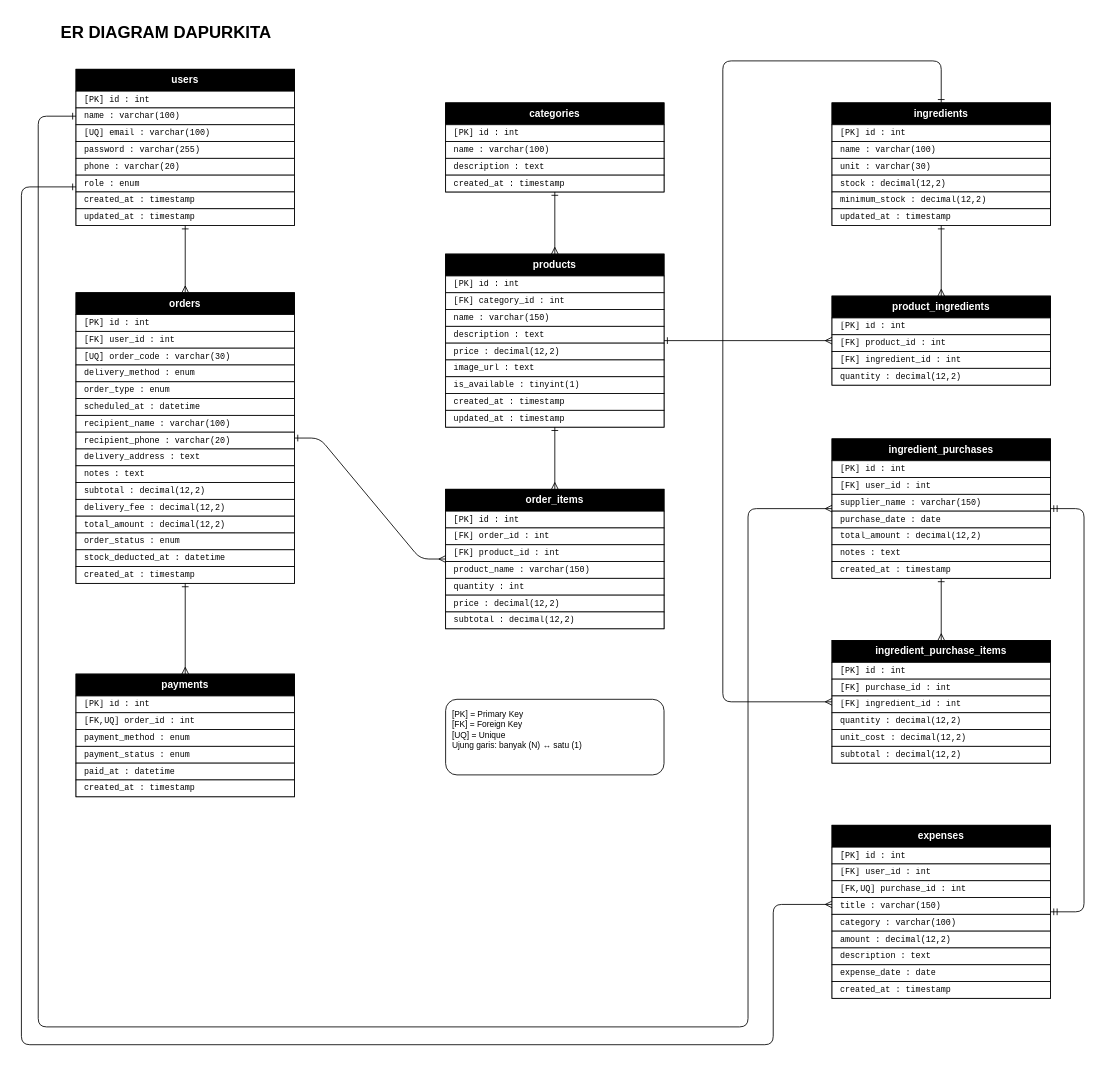
Before: Backend/erd/ERD_DapurKita.drawio in mieayamkeccap/dapurkita, a draw.io diagram. Source tidied: cells renumbered, new cells numbered last; positions are measured from the earlier drawing's top-left corner, leaving out a move shared by most shapes. Both pictures are drawn from the tidied source at 84%, with x=0, y=0 at pixel (21, 14).
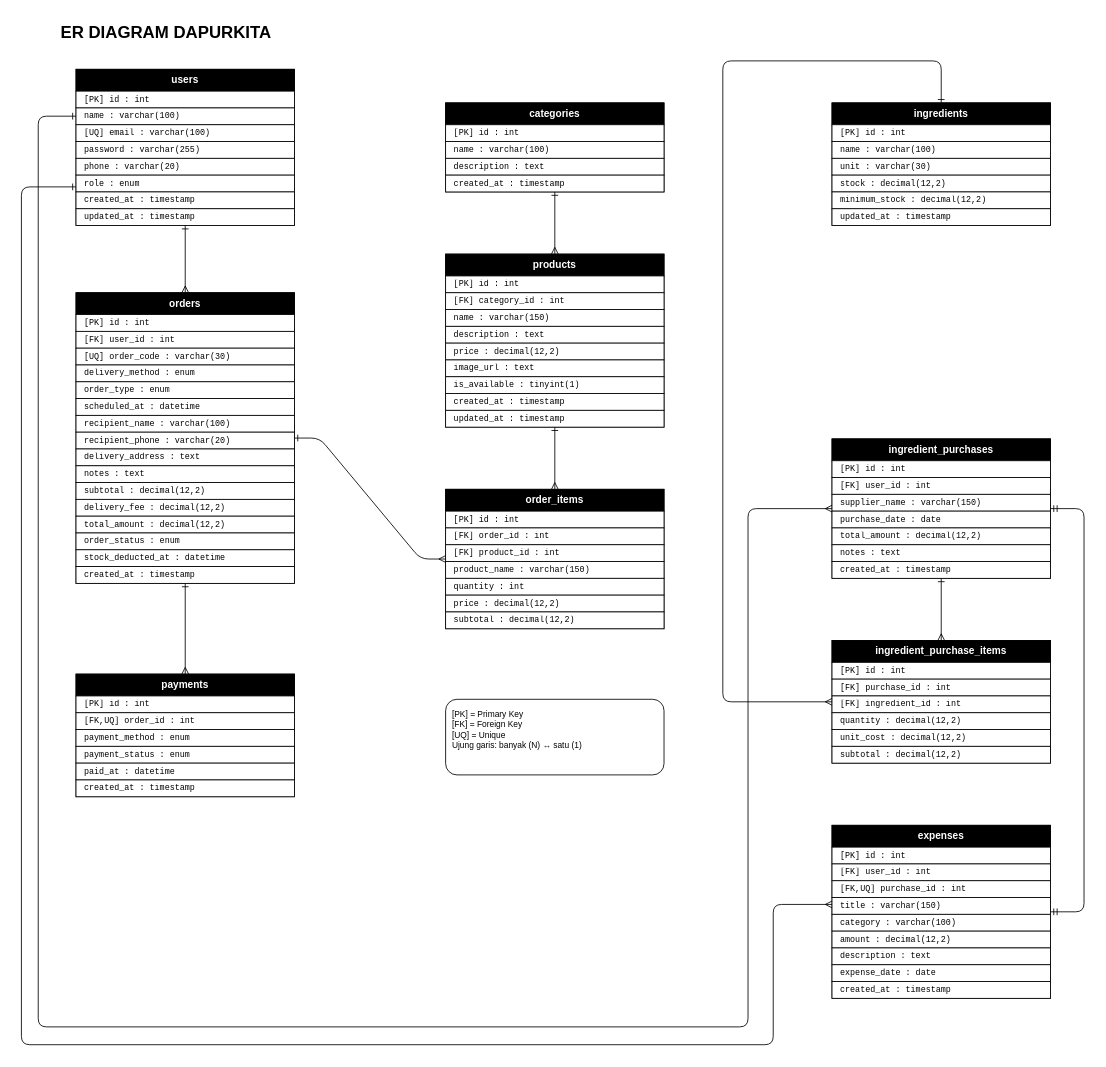
The same page after the edit.

Commit message (it also covers changes not shown here):
refactor: hapus fitur resep product_ingredients, database jadi 10 tabel

The change refers to these unchanged cells:
```xml
<mxCell id="19" style="group;fillColor=#FFFFFF;strokeColor=#000000;" parent="1" vertex="1">
  <mxGeometry x="505" y="285" width="260" height="206" as="geometry" />
</mxCell>
<mxCell id="65" style="group;fillColor=#FFFFFF;strokeColor=#000000;" parent="1" vertex="1">
  <mxGeometry x="965" y="105" width="260" height="146" as="geometry" />
</mxCell>
```

What changed in the source:
```diff
@@
-    <mxCell id="73" style="group;fillColor=#FFFFFF;strokeColor=#000000;" parent="1" vertex="1">
-      <mxGeometry x="965" y="335" width="260" height="106" as="geometry" />
-    </mxCell>
-    <mxCell id="74" value="product_ingredients" style="rounded=0;whiteSpace=wrap;html=1;fillColor=#000000;strokeColor=#000000;fontColor=#FFFFFF;fontSize=12;fontStyle=1;fontFamily=Helvetica;align=center;verticalAlign=middle;" parent="73" vertex="1">
-      <mxGeometry width="260" height="26" as="geometry" />
-    </mxCell>
-    <mxCell id="75" value="[PK]  id : int" style="rounded=0;whiteSpace=wrap;html=1;fillColor=#FFFFFF;strokeColor=#000000;fontColor=#000000;fontSize=10;fontFamily=Courier New;align=left;verticalAlign=middle;spacingLeft=8;spacingRight=4;overflow=hidden;" parent="73" vertex="1">
-      <mxGeometry y="26" width="260" height="20" as="geometry" />
-    </mxCell>
-    <mxCell id="76" value="[FK]  product_id : int" style="rounded=0;whiteSpace=wrap;html=1;fillColor=#FFFFFF;strokeColor=#000000;fontColor=#000000;fontSize=10;fontFamily=Courier New;align=left;verticalAlign=middle;spacingLeft=8;spacingRight=4;overflow=hidden;" parent="73" vertex="1">
-      <mxGeometry y="46" width="260" height="20" as="geometry" />
-    </mxCell>
-    <mxCell id="77" value="[FK]  ingredient_id : int" style="rounded=0;whiteSpace=wrap;html=1;fillColor=#FFFFFF;strokeColor=#000000;fontColor=#000000;fontSize=10;fontFamily=Courier New;align=left;verticalAlign=middle;spacingLeft=8;spacingRight=4;overflow=hidden;" parent="73" vertex="1">
-      <mxGeometry y="66" width="260" height="20" as="geometry" />
-    </mxCell>
-    <mxCell id="78" value="quantity : decimal(12,2)" style="rounded=0;whiteSpace=wrap;html=1;fillColor=#FFFFFF;strokeColor=#000000;fontColor=#000000;fontSize=10;fontFamily=Courier New;align=left;verticalAlign=middle;spacingLeft=8;spacingRight=4;overflow=hidden;" parent="73" vertex="1">
-      <mxGeometry y="86" width="260" height="20" as="geometry" />
-    </mxCell>
@@
-    <mxCell id="112" style="rounded=1;html=1;fontSize=9;fontColor=#000000;strokeColor=#000000;startArrow=ERmany;endArrow=ERone;startFill=0;endFill=0;exitX=0;exitY=0.5;exitDx=0;exitDy=0;entryX=1;entryY=0.5;entryDx=0;entryDy=0;" parent="1" edge="1" source="73" target="19">
-      <mxGeometry relative="1" as="geometry" />
-    </mxCell>
-    <mxCell id="113" style="edgeStyle=orthogonalEdgeStyle;rounded=1;html=1;fontSize=9;fontColor=#000000;strokeColor=#000000;startArrow=ERmany;endArrow=ERone;startFill=0;endFill=0;exitX=0.5;exitY=0;exitDx=0;exitDy=0;entryX=0.5;entryY=1;entryDx=0;entryDy=0;" parent="1" edge="1" source="73" target="65">
-      <mxGeometry relative="1" as="geometry" />
-    </mxCell>
```
